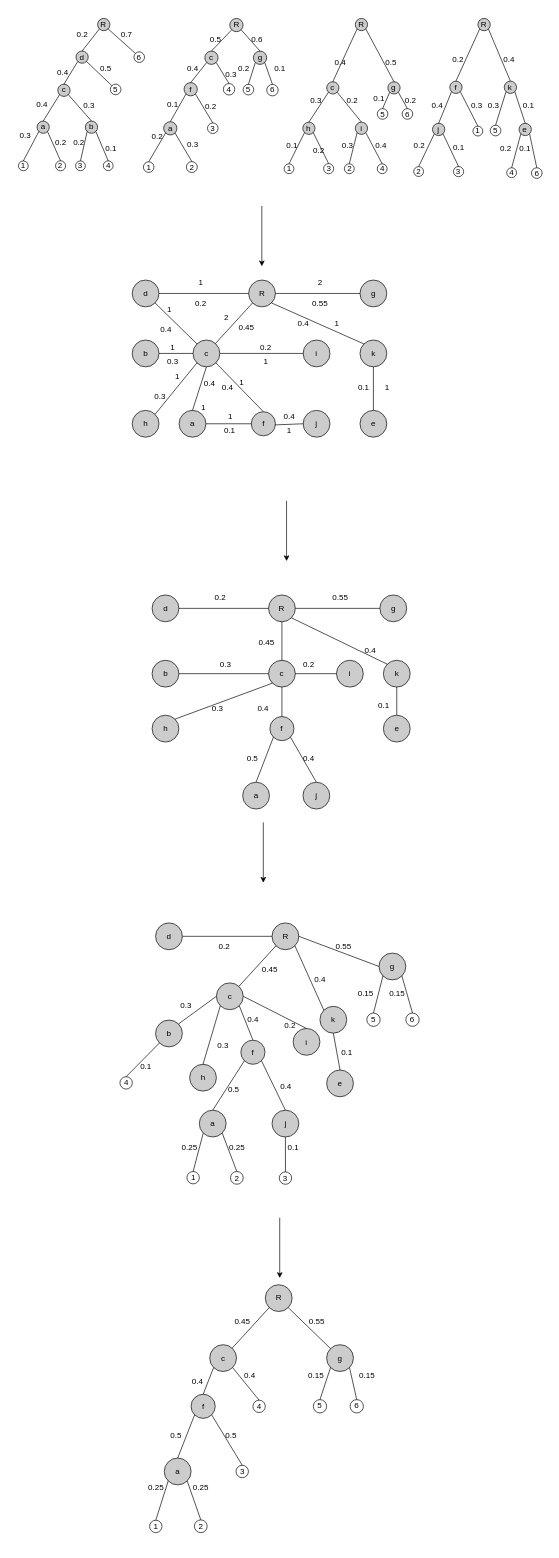
The draw.io diagram page "Page-2" (1 of 2) of img/Fig5.drawio in tahiri-lab/PrismTree, before the edit. Source tidied: cells renumbered, new cells numbered last; positions are measured from the earlier drawing's top-left corner, leaving out a move shared by most shapes. Both pictures are drawn from the tidied source at 67%, with x=0, y=0 at pixel (11, 11).
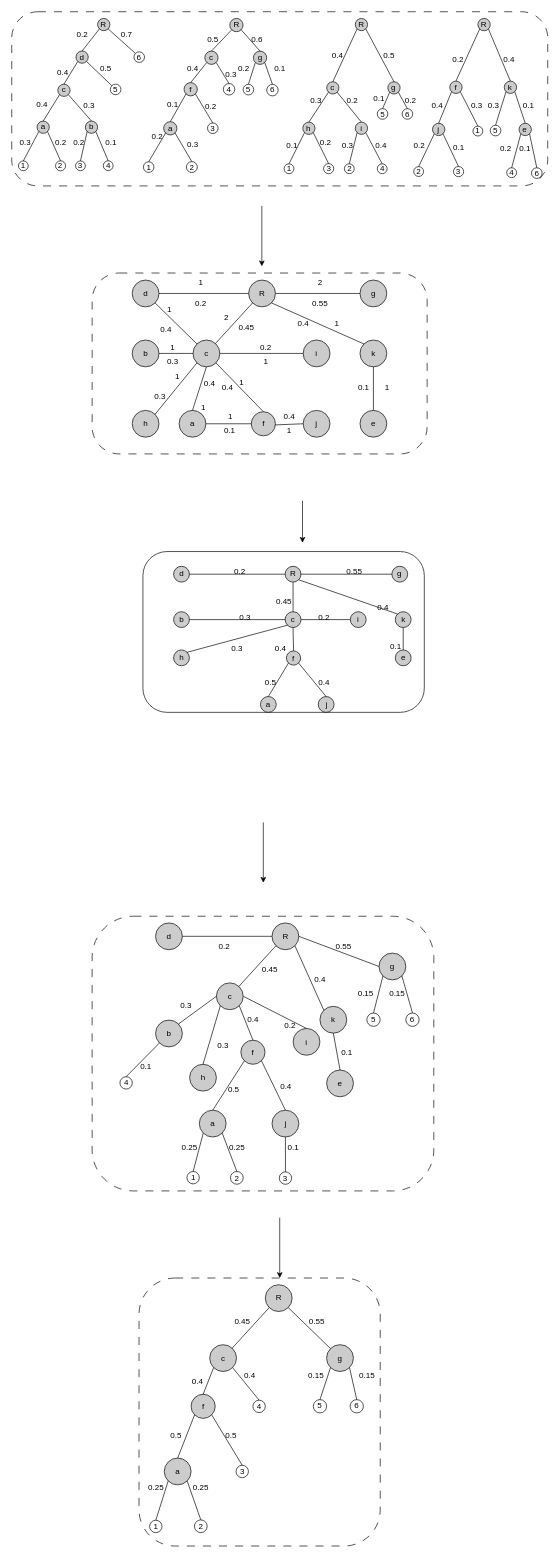
Above is the later version.

Unchanged cells that the change refers to:
```xml
<mxCell id="2" style="group;verticalAlign=middle;align=center;fontStyle=0;fontSize=12;" parent="1" vertex="1">
  <mxGeometry x="10" y="10" width="190" height="230" as="geometry" />
</mxCell>
<mxCell id="34" style="group;verticalAlign=middle;align=center;fontStyle=0;fontSize=12;" parent="1" vertex="1">
  <mxGeometry x="406.5" y="5" width="208.2" height="240" as="geometry" />
</mxCell>
<mxCell id="98" style="group;verticalAlign=middle;align=center;fontStyle=0;fontSize=12;" parent="1" vertex="1">
  <mxGeometry x="196.5" y="10" width="215.4" height="230" as="geometry" />
</mxCell>
```

What changed in the source:
```diff
@@
+    <mxCell id="312" style="rounded=1;whiteSpace=wrap;html=1;dashed=1;dashPattern=12 12;" parent="1" vertex="1">
+      <mxGeometry x="190" y="1890" width="360" height="400" as="geometry" />
+    </mxCell>
+    <mxCell id="313" style="rounded=1;whiteSpace=wrap;html=1;dashed=1;dashPattern=12 12;" parent="1" vertex="1">
+      <mxGeometry x="120" y="1350" width="510" height="410" as="geometry" />
+    </mxCell>
+    <mxCell id="314" style="rounded=1;whiteSpace=wrap;html=1;dashed=1;dashPattern=12 12;" parent="1" vertex="1">
+      <mxGeometry x="120" y="390" width="500" height="270" as="geometry" />
+    </mxCell>
+    <mxCell id="315" style="rounded=1;whiteSpace=wrap;html=1;dashed=1;dashPattern=12 12;" parent="1" vertex="1">
+      <mxGeometry width="800" height="260" as="geometry" />
+    </mxCell>
@@
     <mxCell id="32" value="0.1" style="text;html=1;align=center;verticalAlign=middle;strokeColor=none;fillColor=none;fontStyle=0;fontSize=12;" parent="2" vertex="1">
-      <mxGeometry x="118.2" y="178.7" width="40" height="30" as="geometry" />
+      <mxGeometry x="118.2" y="171.4" width="40" height="30" as="geometry" />
     </mxCell>
     <mxCell id="33" value="0.3" style="text;html=1;align=center;verticalAlign=middle;strokeColor=none;fillColor=none;fontStyle=0;fontSize=12;" parent="2" vertex="1">
-      <mxGeometry x="-10" y="160" width="40" height="30" as="geometry" />
+      <mxGeometry x="-10" y="170" width="40" height="30" as="geometry" />
     </mxCell>
@@
     <mxCell id="58" value="0.2" style="text;html=1;align=center;verticalAlign=middle;strokeColor=none;fillColor=none;fontStyle=0;fontSize=12;" parent="34" vertex="1">
-      <mxGeometry x="31.8" y="186.5" width="40" height="30" as="geometry" />
+      <mxGeometry x="41.9" y="175" width="40" height="30" as="geometry" />
     </mxCell>
@@
     <mxCell id="63" value="0.4" style="text;html=1;align=center;verticalAlign=middle;strokeColor=none;fillColor=none;fontStyle=0;fontSize=12;" parent="34" vertex="1">
-      <mxGeometry x="63.6" y="56" width="40" height="30" as="geometry" />
+      <mxGeometry x="59" y="45" width="40" height="30" as="geometry" />
     </mxCell>
     <mxCell id="64" value="0.5" style="text;html=1;align=center;verticalAlign=middle;strokeColor=none;fillColor=none;fontStyle=0;fontSize=12;" parent="34" vertex="1">
-      <mxGeometry x="139.1" y="56" width="40" height="30" as="geometry" />
+      <mxGeometry x="136.2" y="45" width="40" height="30" as="geometry" />
     </mxCell>
@@
     <mxCell id="125" value="0.5" style="text;html=1;align=center;verticalAlign=middle;strokeColor=none;fillColor=none;fontStyle=0;fontSize=12;" parent="98" vertex="1">
-      <mxGeometry x="87.9" y="17.1" width="40" height="30" as="geometry" />
+      <mxGeometry x="83.6" y="17.1" width="40" height="30" as="geometry" />
     </mxCell>
@@
     <mxCell id="185" style="group;" parent="1" vertex="1">
-      <mxGeometry x="134.7" y="730" width="480" height="460" as="geometry" />
+      <mxGeometry x="170" y="730" width="460" height="320" as="geometry" />
     </mxCell>
     <mxCell id="186" style="group;verticalAlign=middle;align=center;fontStyle=0;fontSize=12;" parent="185" vertex="1">
-      <mxGeometry y="130" width="480" height="330" as="geometry" />
+      <mxGeometry y="90.4" width="460" height="229.6" as="geometry" />
     </mxCell>
     <mxCell id="187" style="group;verticalAlign=middle;align=center;fontStyle=0;fontSize=12;" parent="186" vertex="1">
-      <mxGeometry x="74.8" width="385.2" height="330" as="geometry" />
+      <mxGeometry x="71.6" width="374.2" height="229.6" as="geometry" />
     </mxCell>
+    <mxCell id="316" style="rounded=1;whiteSpace=wrap;html=1;" parent="187" vertex="1">
+      <mxGeometry x="-45.8" y="-14.7" width="420" height="240" as="geometry" />
+    </mxCell>
     <mxCell id="188" value="d" style="ellipse;whiteSpace=wrap;html=1;fontSize=12;fillColor=#CCCCCC;verticalAlign=middle;align=center;fontStyle=0;" parent="187" vertex="1">
-      <mxGeometry y="10.5" width="40" height="40" as="geometry" />
+      <mxGeometry y="7.3" width="23.6" height="23.6" as="geometry" />
     </mxCell>
     <mxCell id="189" value="g" style="ellipse;whiteSpace=wrap;html=1;fontSize=12;fillColor=#CCCCCC;verticalAlign=middle;align=center;fontStyle=0;" parent="187" vertex="1">
-      <mxGeometry x="340" y="10.5" width="40" height="40" as="geometry" />
+      <mxGeometry x="325.8" y="7.3" width="23.6" height="23.6" as="geometry" />
     </mxCell>
     <mxCell id="190" value="&lt;font style=&quot;font-size: 12px;&quot;&gt;&lt;span style=&quot;font-size: 12px;&quot;&gt;R&lt;br style=&quot;font-size: 12px;&quot;&gt;&lt;/span&gt;&lt;/font&gt;" style="ellipse;whiteSpace=wrap;html=1;fontSize=12;fillColor=#CCCCCC;verticalAlign=middle;align=center;fontStyle=0;" parent="187" vertex="1">
-      <mxGeometry x="173.8" y="10.5" width="40" height="40" as="geometry" />
+      <mxGeometry x="166.5" y="7.3" width="23.6" height="23.6" as="geometry" />
     </mxCell>
     <mxCell id="191" value="b" style="ellipse;whiteSpace=wrap;html=1;fontSize=12;fillColor=#cccccc;verticalAlign=middle;align=center;fontStyle=0;" parent="187" vertex="1">
-      <mxGeometry y="108" width="40" height="40" as="geometry" />
+      <mxGeometry y="75.1" width="23.6" height="23.6" as="geometry" />
     </mxCell>
     <mxCell id="192" value="f" style="ellipse;whiteSpace=wrap;html=1;fontSize=12;fillColor=#CCCCCC;verticalAlign=middle;align=center;fontStyle=0;" parent="187" vertex="1">
-      <mxGeometry x="175.8" y="192" width="36" height="36" as="geometry" />
+      <mxGeometry x="168.4" y="133.6" width="21.2" height="21.2" as="geometry" />
     </mxCell>
     <mxCell id="193" value="i" style="ellipse;whiteSpace=wrap;html=1;fontSize=12;fillColor=#cccccc;verticalAlign=middle;align=center;fontStyle=0;" parent="187" vertex="1">
-      <mxGeometry x="275.2" y="108" width="40" height="40" as="geometry" />
+      <mxGeometry x="263.8" y="75.1" width="23.6" height="23.6" as="geometry" />
     </mxCell>
     <mxCell id="194" value="a" style="ellipse;whiteSpace=wrap;html=1;fontSize=12;fillColor=#cccccc;verticalAlign=middle;align=center;fontStyle=0;" parent="187" vertex="1">
-      <mxGeometry x="135.2" y="290" width="40" height="40" as="geometry" />
+      <mxGeometry x="129.6" y="201.7" width="23.6" height="23.6" as="geometry" />
     </mxCell>
     <mxCell id="195" value="j" style="ellipse;whiteSpace=wrap;html=1;fontSize=12;fillColor=#cccccc;verticalAlign=middle;align=center;fontStyle=0;" parent="187" vertex="1">
-      <mxGeometry x="225.2" y="290" width="40" height="40" as="geometry" />
+      <mxGeometry x="215.9" y="201.7" width="23.6" height="23.6" as="geometry" />
     </mxCell>
     <mxCell id="196" value="h" style="ellipse;whiteSpace=wrap;html=1;fontSize=12;fillColor=#CCCCCC;verticalAlign=middle;align=center;fontStyle=0;" parent="187" vertex="1">
-      <mxGeometry y="190" width="40" height="40" as="geometry" />
+      <mxGeometry y="132.2" width="23.6" height="23.6" as="geometry" />
     </mxCell>
     <mxCell id="197" value="c" style="ellipse;whiteSpace=wrap;html=1;fontSize=12;fillColor=#CCCCCC;verticalAlign=middle;align=center;fontStyle=0;" parent="187" vertex="1">
-      <mxGeometry x="173.8" y="108" width="40" height="40" as="geometry" />
+      <mxGeometry x="166.5" y="75.1" width="23.6" height="23.6" as="geometry" />
     </mxCell>
@@
     <mxCell id="206" value="&lt;font style=&quot;font-size: 12px;&quot;&gt;k&lt;/font&gt;" style="ellipse;whiteSpace=wrap;html=1;fillColor=#CCCCCC;verticalAlign=middle;align=center;fontStyle=0;fontSize=12;" parent="187" vertex="1">
-      <mxGeometry x="345.2" y="108" width="40" height="40" as="geometry" />
+      <mxGeometry x="330.9" y="75.1" width="23.6" height="23.6" as="geometry" />
     </mxCell>
@@
     <mxCell id="208" value="&lt;font style=&quot;font-size: 12px;&quot;&gt;e&lt;/font&gt;" style="ellipse;whiteSpace=wrap;html=1;fillColor=#CCCCCC;verticalAlign=middle;align=center;fontStyle=0;fontSize=12;" parent="187" vertex="1">
-      <mxGeometry x="345.2" y="190" width="40" height="40" as="geometry" />
+      <mxGeometry x="330.9" y="132.2" width="23.6" height="23.6" as="geometry" />
     </mxCell>
@@
     <mxCell id="211" value="0.5" style="text;html=1;align=center;verticalAlign=middle;strokeColor=none;fillColor=none;fontStyle=0;fontSize=12;" parent="187" vertex="1">
-      <mxGeometry x="129.7" y="240" width="40" height="30" as="geometry" />
+      <mxGeometry x="124.3" y="167" width="40" height="30" as="geometry" />
     </mxCell>
     <mxCell id="212" value="0.3" style="text;html=1;align=center;verticalAlign=middle;strokeColor=none;fillColor=none;fontStyle=0;fontSize=12;" parent="187" vertex="1">
-      <mxGeometry x="89.7" y="100" width="40" height="30" as="geometry" />
+      <mxGeometry x="86" y="69.6" width="40" height="30" as="geometry" />
     </mxCell>
     <mxCell id="213" value="0.4" style="text;html=1;align=center;verticalAlign=middle;strokeColor=none;fillColor=none;fontStyle=0;fontSize=12;" parent="187" vertex="1">
-      <mxGeometry x="145.2" y="165" width="40" height="30" as="geometry" />
+      <mxGeometry x="139.2" y="114.8" width="40" height="30" as="geometry" />
     </mxCell>
     <mxCell id="214" value="0.3" style="text;html=1;align=center;verticalAlign=middle;strokeColor=none;fillColor=none;fontStyle=0;fontSize=12;" parent="187" vertex="1">
-      <mxGeometry x="77.2" y="165" width="40" height="30" as="geometry" />
+      <mxGeometry x="74" y="114.8" width="40" height="30" as="geometry" />
     </mxCell>
     <mxCell id="215" value="0.4" style="text;html=1;align=center;verticalAlign=middle;strokeColor=none;fillColor=none;fontStyle=0;fontSize=12;" parent="187" vertex="1">
-      <mxGeometry x="213.7" y="240" width="40" height="30" as="geometry" />
+      <mxGeometry x="204.8" y="167" width="40" height="30" as="geometry" />
     </mxCell>
     <mxCell id="216" value="0.2" style="text;html=1;align=center;verticalAlign=middle;strokeColor=none;fillColor=none;fontStyle=0;fontSize=12;" parent="187" vertex="1">
-      <mxGeometry x="213.7" y="100" width="40" height="30" as="geometry" />
+      <mxGeometry x="204.8" y="69.6" width="40" height="30" as="geometry" />
     </mxCell>
     <mxCell id="217" value="0.4" style="text;html=1;align=center;verticalAlign=middle;strokeColor=none;fillColor=none;fontStyle=0;fontSize=12;" parent="187" vertex="1">
-      <mxGeometry x="305.2" y="78" width="40" height="30" as="geometry" />
+      <mxGeometry x="292.5" y="54.3" width="40" height="30" as="geometry" />
     </mxCell>
     <mxCell id="218" value="0.1" style="text;html=1;align=center;verticalAlign=middle;strokeColor=none;fillColor=none;fontStyle=0;fontSize=12;" parent="187" vertex="1">
-      <mxGeometry x="325.2" y="160" width="40" height="30" as="geometry" />
+      <mxGeometry x="311.7" y="111.3" width="40" height="30" as="geometry" />
     </mxCell>
     <mxCell id="219" value="0.45" style="text;html=1;align=center;verticalAlign=middle;strokeColor=none;fillColor=none;fontStyle=0;fontSize=12;" parent="187" vertex="1">
-      <mxGeometry x="145.2" y="65.5" width="50" height="30" as="geometry" />
+      <mxGeometry x="139.2" y="45.6" width="50" height="30" as="geometry" />
     </mxCell>
     <mxCell id="220" value="0.55" style="text;html=1;align=center;verticalAlign=middle;strokeColor=none;fillColor=none;fontStyle=0;fontSize=12;" parent="187" vertex="1">
-      <mxGeometry x="255.2" width="50" height="30" as="geometry" />
+      <mxGeometry x="244.6" width="50" height="30" as="geometry" />
     </mxCell>
     <mxCell id="221" value="0.2" style="text;html=1;align=center;verticalAlign=middle;strokeColor=none;fillColor=none;fontStyle=0;fontSize=12;" parent="187" vertex="1">
-      <mxGeometry x="81.9" width="40" height="30" as="geometry" />
+      <mxGeometry x="78.5" width="40" height="30" as="geometry" />
     </mxCell>
     <mxCell id="222" style="endArrow=classic;html=1;rounded=0;fontStyle=0;verticalAlign=middle;align=center;fontSize=12;" parent="185" edge="1">
       <mxGeometry relative="1" as="geometry">
-        <mxPoint x="275.5" as="sourcePoint" />
-        <mxPoint x="275.5" y="90" as="targetPoint" />
+        <mxPoint x="264" as="sourcePoint" />
+        <mxPoint x="264" y="62.6" as="targetPoint" />
       </mxGeometry>
     </mxCell>
```
